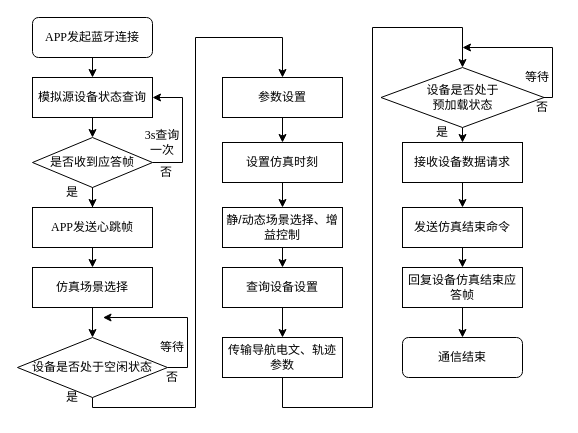
Earlier version of the draw.io diagram page "第 6 页" (6 of 7) of blu3.drawio (RunningManlt/bj18). Source tidied: cells renumbered, new cells numbered last; positions are measured from the earlier drawing's top-left corner, leaving out a move shared by most shapes. Both pictures are drawn from the tidied source at 100%, with x=0, y=0 at pixel (17, 17).
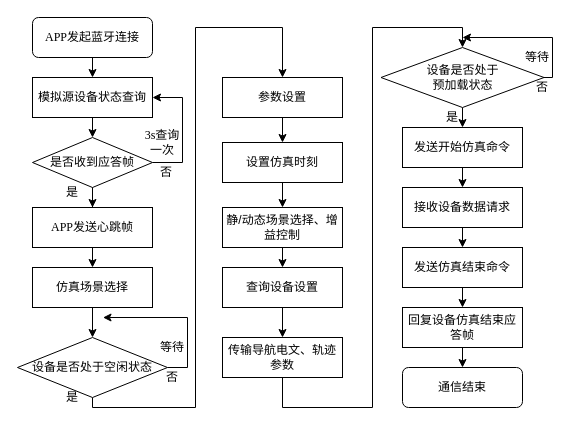
After the change.

Unchanged cells that the change refers to:
```xml
<mxCell id="15" value="&lt;font face=&quot;宋体&quot;&gt;设备是否处于空闲状态&lt;/font&gt;" style="rhombus;whiteSpace=wrap;html=1;" parent="1" vertex="1">
  <mxGeometry y="320" width="150" height="60" as="geometry" />
</mxCell>
<mxCell id="17" value="&lt;font face=&quot;宋体&quot;&gt;参数设置&lt;/font&gt;" style="rounded=0;whiteSpace=wrap;html=1;" parent="1" vertex="1">
  <mxGeometry x="205" y="60" width="120" height="40" as="geometry" />
</mxCell>
```

Change to the diagram source:
```diff
@@
     <mxCell id="13" style="edgeStyle=orthogonalEdgeStyle;rounded=0;jettySize=auto;html=1;exitX=0.5;exitY=1;exitDx=0;exitDy=0;entryX=0.5;entryY=0;entryDx=0;entryDy=0;" parent="1" edge="1" source="15" target="17">
       <mxGeometry relative="1" as="geometry">
         <Array as="points">
           <mxPoint x="75" y="390" />
           <mxPoint x="178" y="390" />
-          <mxPoint x="178" y="20" />
-          <mxPoint x="265" y="20" />
+          <mxPoint x="178" y="10" />
+          <mxPoint x="265" y="10" />
         </Array>
       </mxGeometry>
     </mxCell>
@@
-    <mxCell id="26" style="edgeStyle=orthogonalEdgeStyle;rounded=0;jettySize=auto;html=1;exitX=0.5;exitY=1;exitDx=0;exitDy=0;entryX=0.5;entryY=0;entryDx=0;entryDy=0;" parent="1" edge="1" source="40" target="28">
-      <mxGeometry relative="1" as="geometry" />
-    </mxCell>
@@
     <mxCell id="28" value="&lt;font face=&quot;宋体&quot;&gt;接收设备数据请求&lt;/font&gt;" style="rounded=0;whiteSpace=wrap;html=1;" parent="1" vertex="1">
-      <mxGeometry x="385" y="125" width="120" height="40" as="geometry" />
+      <mxGeometry x="385" y="170" width="120" height="40" as="geometry" />
     </mxCell>
@@
     <mxCell id="30" value="&lt;font face=&quot;宋体&quot;&gt;发送仿真结束命令&lt;/font&gt;" style="rounded=0;whiteSpace=wrap;html=1;" parent="1" vertex="1">
-      <mxGeometry x="385" y="190" width="120" height="40" as="geometry" />
+      <mxGeometry x="385" y="230" width="120" height="40" as="geometry" />
     </mxCell>
@@
     <mxCell id="32" value="&lt;font face=&quot;宋体&quot;&gt;回复设备仿真结束应答帧&lt;/font&gt;" style="rounded=0;whiteSpace=wrap;html=1;" parent="1" vertex="1">
-      <mxGeometry x="385" y="250" width="120" height="40" as="geometry" />
+      <mxGeometry x="385" y="290" width="120" height="40" as="geometry" />
     </mxCell>
     <mxCell id="33" value="&lt;font face=&quot;宋体&quot;&gt;通信结束&lt;/font&gt;" style="rounded=1;whiteSpace=wrap;html=1;" parent="1" vertex="1">
-      <mxGeometry x="385" y="320" width="120" height="40" as="geometry" />
+      <mxGeometry x="385" y="350" width="120" height="40" as="geometry" />
     </mxCell>
@@
+    <mxCell id="45" style="edgeStyle=orthogonalEdgeStyle;rounded=0;jettySize=auto;html=1;exitX=0.5;exitY=1;exitDx=0;exitDy=0;entryX=0.5;entryY=0;entryDx=0;entryDy=0;" parent="1" edge="1" source="40" target="47">
+      <mxGeometry relative="1" as="geometry" />
+    </mxCell>
     <mxCell id="40" value="&lt;font face=&quot;宋体&quot;&gt;设备是否处于&lt;br&gt;预加载状态&lt;/font&gt;" style="rhombus;whiteSpace=wrap;html=1;" parent="1" vertex="1">
-      <mxGeometry x="363.5" y="50" width="163" height="60" as="geometry" />
+      <mxGeometry x="363.5" y="30" width="163" height="60" as="geometry" />
     </mxCell>
     <mxCell id="41" value="&lt;font face=&quot;宋体&quot;&gt;是&lt;/font&gt;" style="text;html=1;strokeColor=none;fillColor=none;align=center;verticalAlign=middle;whiteSpace=wrap;rounded=0;" parent="1" vertex="1">
-      <mxGeometry x="415" y="105" width="20" height="20" as="geometry" />
+      <mxGeometry x="425" y="90" width="20" height="20" as="geometry" />
     </mxCell>
     <mxCell id="42" value="&lt;font face=&quot;宋体&quot;&gt;否&lt;/font&gt;" style="text;html=1;strokeColor=none;fillColor=none;align=center;verticalAlign=middle;whiteSpace=wrap;rounded=0;" parent="1" vertex="1">
-      <mxGeometry x="515" y="80" width="20" height="20" as="geometry" />
+      <mxGeometry x="515" y="60" width="20" height="20" as="geometry" />
     </mxCell>
-    <mxCell id="43" style="endArrow=classic;html=1;exitX=1;exitY=0.5;exitDx=0;exitDy=0;rounded=0;" parent="1" edge="1" source="40">
-      <mxGeometry relative="1" as="geometry">
-        <mxPoint x="445" y="30" as="targetPoint" />
-        <Array as="points">
-          <mxPoint x="535" y="80" />
-          <mxPoint x="535" y="30" />
-        </Array>
-      </mxGeometry>
-    </mxCell>
     <mxCell id="44" value="&lt;font face=&quot;宋体&quot;&gt;等待&lt;/font&gt;" style="text;html=1;strokeColor=none;fillColor=none;align=center;verticalAlign=middle;whiteSpace=wrap;rounded=0;" parent="1" vertex="1">
-      <mxGeometry x="505" y="50" width="30" height="20" as="geometry" />
+      <mxGeometry x="505" y="30" width="30" height="20" as="geometry" />
     </mxCell>
+    <mxCell id="46" style="edgeStyle=orthogonalEdgeStyle;rounded=0;jettySize=auto;html=1;exitX=0.5;exitY=1;exitDx=0;exitDy=0;entryX=0.5;entryY=0;entryDx=0;entryDy=0;" parent="1" edge="1" source="47" target="28">
+      <mxGeometry relative="1" as="geometry" />
+    </mxCell>
+    <mxCell id="47" value="&lt;font face=&quot;宋体&quot;&gt;发送开始仿真命令&lt;/font&gt;" style="rounded=0;whiteSpace=wrap;html=1;" parent="1" vertex="1">
+      <mxGeometry x="385" y="110" width="120" height="40" as="geometry" />
+    </mxCell>
+    <mxCell id="48" style="endArrow=classic;html=1;exitX=1;exitY=0.5;exitDx=0;exitDy=0;rounded=0;" parent="1" edge="1" source="40">
+      <mxGeometry relative="1" as="geometry">
+        <mxPoint x="445" y="20" as="targetPoint" />
+        <Array as="points">
+          <mxPoint x="535" y="60" />
+          <mxPoint x="535" y="20" />
+        </Array>
+      </mxGeometry>
+    </mxCell>
```
